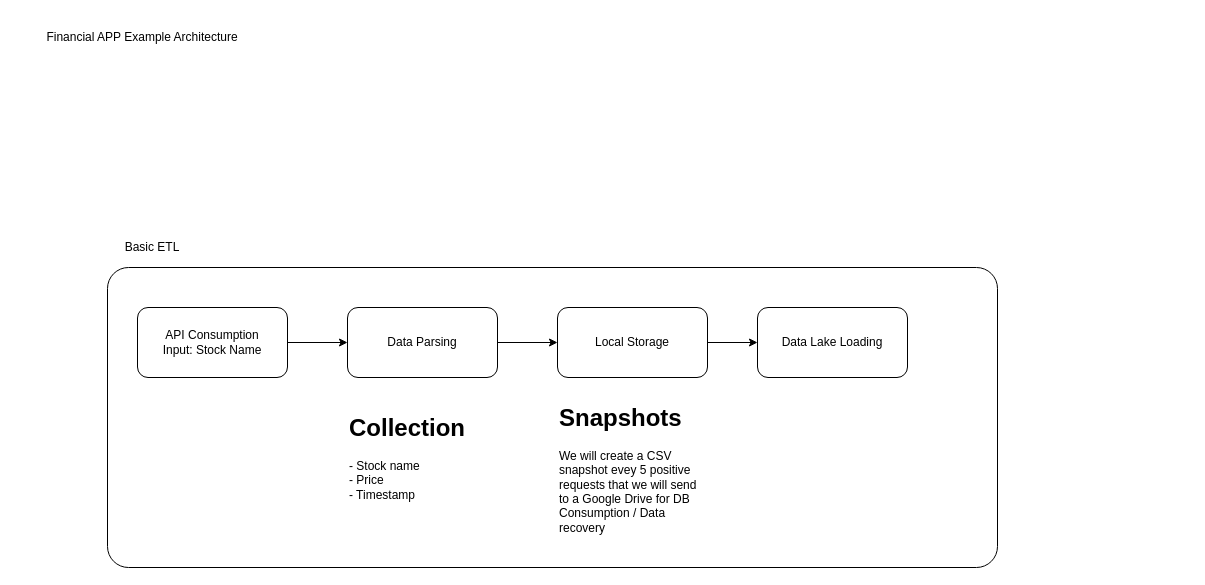
The draw.io diagram finance_app_example.drawio in rjpererag/Financial-App-Example, before the edit. Source tidied: cells renumbered, new cells numbered last; positions are measured from the earlier drawing's top-left corner, leaving out a move shared by most shapes. Both pictures are drawn from the tidied source at 100%, with x=0, y=0 at pixel (17, 17).
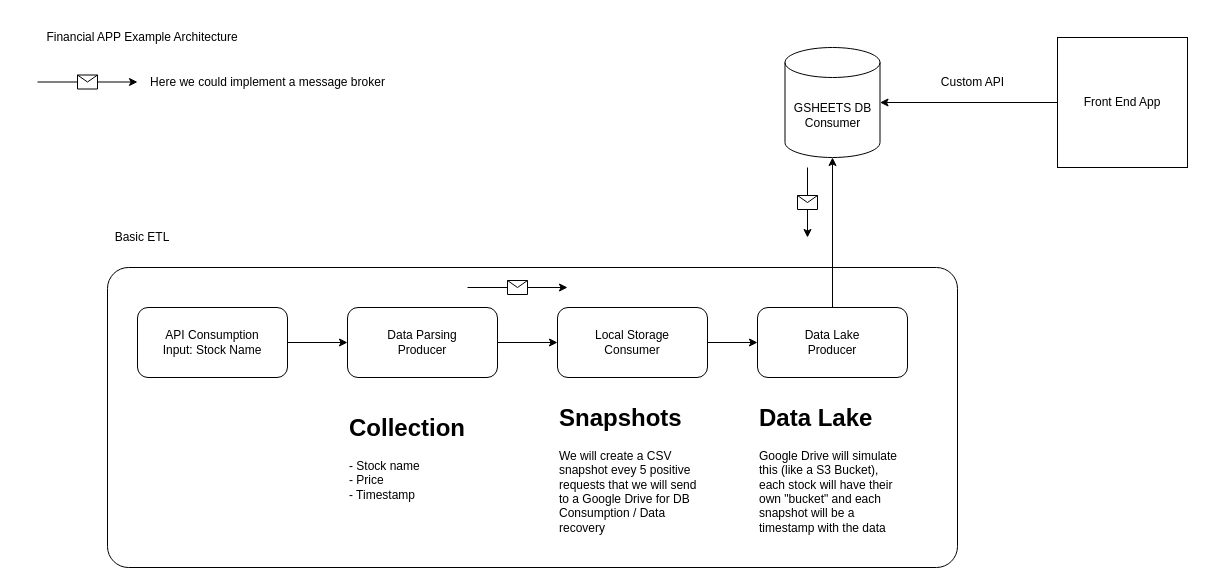
Above is the later version.

What changed in the source:
```diff
@@
+    <mxCell id="13" style="rounded=1;whiteSpace=wrap;html=1;fillColor=none;arcSize=7;strokeColor=light-dark(#000000,#FF9933);" parent="1" vertex="1">
+      <mxGeometry x="90" y="250" width="850" height="300" as="geometry" />
+    </mxCell>
@@
     <mxCell id="5" value="Basic ETL" style="text;html=1;align=center;verticalAlign=middle;whiteSpace=wrap;rounded=0;" parent="1" vertex="1">
-      <mxGeometry x="100" y="210" width="70" height="40" as="geometry" />
+      <mxGeometry x="90" y="200" width="70" height="40" as="geometry" />
     </mxCell>
@@
-    <mxCell id="7" value="Data Parsing" style="rounded=1;whiteSpace=wrap;html=1;" parent="1" vertex="1">
+    <mxCell id="7" value="Data Parsing&lt;div&gt;Producer&lt;/div&gt;" style="rounded=1;whiteSpace=wrap;html=1;" parent="1" vertex="1">
       <mxGeometry x="330" y="290" width="150" height="70" as="geometry" />
     </mxCell>
@@
-    <mxCell id="9" value="Local Storage" style="rounded=1;whiteSpace=wrap;html=1;" parent="1" vertex="1">
+    <mxCell id="9" value="Local Storage&lt;div&gt;Consumer&lt;/div&gt;" style="rounded=1;whiteSpace=wrap;html=1;" parent="1" vertex="1">
       <mxGeometry x="540" y="290" width="150" height="70" as="geometry" />
     </mxCell>
-    <mxCell id="10" value="Data Lake Loading" style="rounded=1;whiteSpace=wrap;html=1;" parent="1" vertex="1">
+    <mxCell id="10" value="Data Lake&lt;div&gt;Producer&lt;/div&gt;" style="rounded=1;whiteSpace=wrap;html=1;" parent="1" vertex="1">
       <mxGeometry x="740" y="290" width="150" height="70" as="geometry" />
     </mxCell>
@@
-    <mxCell id="13" style="rounded=1;whiteSpace=wrap;html=1;fillColor=none;arcSize=7;strokeColor=light-dark(#000000,#FF9933);" parent="1" vertex="1">
-      <mxGeometry x="90" y="250" width="890" height="300" as="geometry" />
-    </mxCell>
+    <mxCell id="14" value="GSHEETS DB&lt;div&gt;Consumer&lt;/div&gt;" style="shape=cylinder3;whiteSpace=wrap;html=1;boundedLbl=1;backgroundOutline=1;size=15;" parent="1" vertex="1">
+      <mxGeometry x="767.5" y="30" width="95" height="110" as="geometry" />
+    </mxCell>
+    <mxCell id="15" value="&lt;h1 style=&quot;margin-top: 0px;&quot;&gt;Data Lake&lt;/h1&gt;&lt;div&gt;Google Drive will simulate this (like a S3 Bucket), each stock will have their own &quot;bucket&quot; and each snapshot will be a timestamp with the data&lt;/div&gt;" style="text;html=1;whiteSpace=wrap;overflow=hidden;rounded=0;" parent="1" vertex="1">
+      <mxGeometry x="740" y="380" width="150" height="140" as="geometry" />
+    </mxCell>
+    <mxCell id="16" value="Front End App" style="whiteSpace=wrap;html=1;" parent="1" vertex="1">
+      <mxGeometry x="1040" y="20" width="130" height="130" as="geometry" />
+    </mxCell>
+    <mxCell id="17" value="Custom API" style="text;html=1;align=center;verticalAlign=middle;strokeColor=none;fillColor=none;" parent="1" vertex="1">
+      <mxGeometry x="910" y="50" width="90" height="30" as="geometry" />
+    </mxCell>
+    <mxCell id="18" style="endArrow=classic;html=1;rounded=0;" parent="1" edge="1">
+      <mxGeometry relative="1" as="geometry">
+        <mxPoint x="450" y="270" as="sourcePoint" />
+        <mxPoint x="550" y="270" as="targetPoint" />
+      </mxGeometry>
+    </mxCell>
+    <mxCell id="19" style="shape=message;html=1;" parent="18" vertex="1">
+      <mxGeometry width="20" height="14" relative="1" as="geometry">
+        <mxPoint x="-10" y="-7" as="offset" />
+      </mxGeometry>
+    </mxCell>
+    <mxCell id="20" value="Here we could implement a message broker" style="text;html=1;align=center;verticalAlign=middle;strokeColor=none;fillColor=none;" parent="1" vertex="1">
+      <mxGeometry x="120" y="50" width="260" height="30" as="geometry" />
+    </mxCell>
+    <mxCell id="21" style="endArrow=classic;html=1;rounded=0;" parent="1" edge="1">
+      <mxGeometry relative="1" as="geometry">
+        <mxPoint x="20" y="64.5" as="sourcePoint" />
+        <mxPoint x="120" y="64.5" as="targetPoint" />
+      </mxGeometry>
+    </mxCell>
+    <mxCell id="22" style="shape=message;html=1;" parent="21" vertex="1">
+      <mxGeometry width="20" height="14" relative="1" as="geometry">
+        <mxPoint x="-10" y="-7" as="offset" />
+      </mxGeometry>
+    </mxCell>
+    <mxCell id="23" style="endArrow=classic;html=1;rounded=0;" parent="1" edge="1">
+      <mxGeometry relative="1" as="geometry">
+        <mxPoint x="790" y="150" as="sourcePoint" />
+        <mxPoint x="790" y="220" as="targetPoint" />
+      </mxGeometry>
+    </mxCell>
+    <mxCell id="24" style="shape=message;html=1;" parent="23" vertex="1">
+      <mxGeometry width="20" height="14" relative="1" as="geometry">
+        <mxPoint x="-10" y="-7" as="offset" />
+      </mxGeometry>
+    </mxCell>
+    <mxCell id="25" style="endArrow=classic;html=1;rounded=0;entryX=1;entryY=0.5;entryDx=0;entryDy=0;entryPerimeter=0;exitX=0;exitY=0.5;exitDx=0;exitDy=0;" parent="1" edge="1" source="16" target="14">
+      <mxGeometry relative="1" as="geometry" />
+    </mxCell>
+    <mxCell id="26" style="edgeStyle=orthogonalEdgeStyle;rounded=0;jettySize=auto;html=1;entryX=0.5;entryY=1;entryDx=0;entryDy=0;entryPerimeter=0;" parent="1" edge="1" source="10" target="14">
+      <mxGeometry relative="1" as="geometry" />
+    </mxCell>
```
